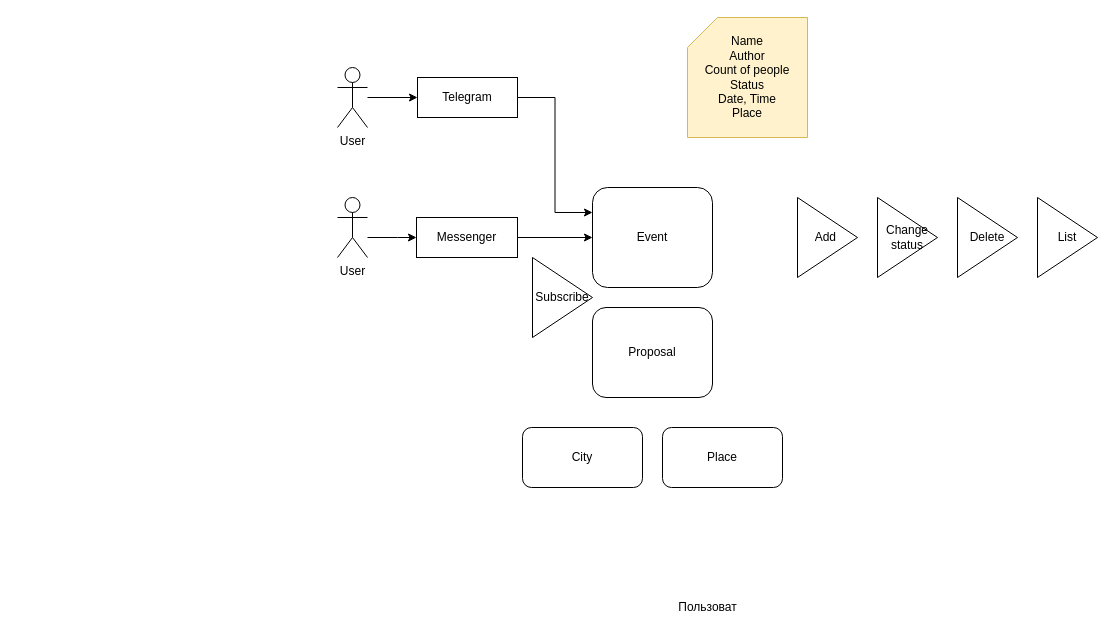
The draw.io diagram Untitled Diagram.drawio in sergo-yak/razom-bot, before the edit. Source tidied: cells renumbered, new cells numbered last; positions are measured from the earlier drawing's top-left corner, leaving out a move shared by most shapes. Both pictures are drawn from the tidied source at 100%, with x=0, y=0 at pixel (337, 17).
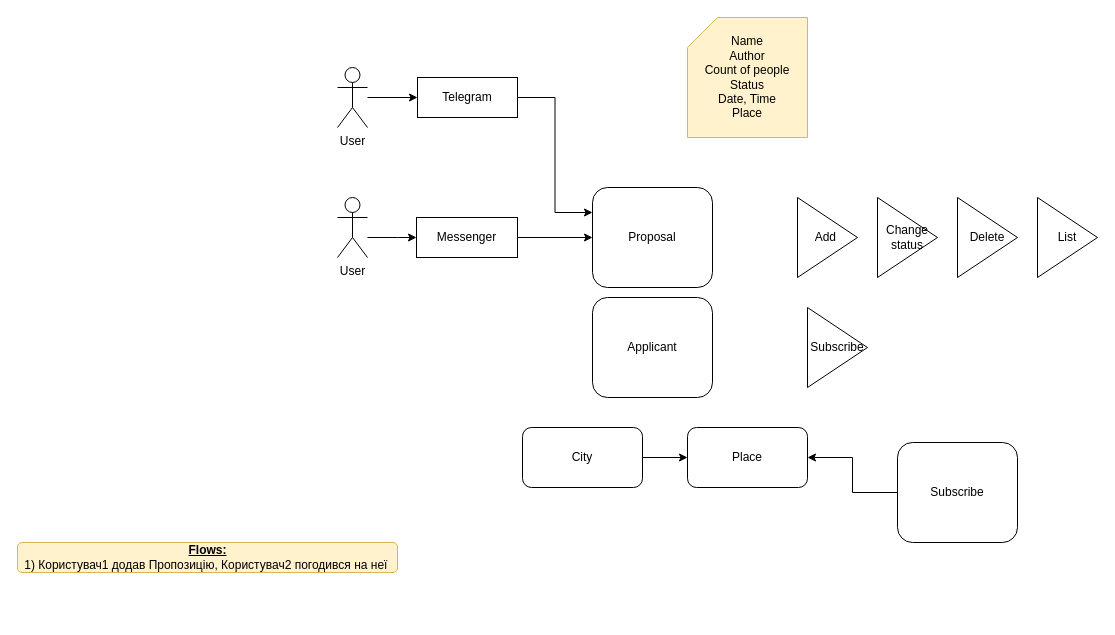
Above is the later version.

The change refers to these unchanged cells:
```xml
<mxCell id="18" value="City" style="rounded=1;whiteSpace=wrap;html=1;" parent="1" vertex="1">
  <mxGeometry x="185" y="410" width="120" height="60" as="geometry" />
</mxCell>
```

What changed in the source:
```diff
@@
-    <mxCell id="2" value="Event" style="rounded=1;whiteSpace=wrap;html=1;" parent="1" vertex="1">
+    <mxCell id="2" value="Proposal" style="rounded=1;whiteSpace=wrap;html=1;" parent="1" vertex="1">
       <mxGeometry x="255" y="170" width="120" height="100" as="geometry" />
     </mxCell>
@@
-    <mxCell id="7" value="Proposal" style="rounded=1;whiteSpace=wrap;html=1;" parent="1" vertex="1">
-      <mxGeometry x="255" y="290" width="120" height="90" as="geometry" />
-    </mxCell>
@@
     <mxCell id="12" value="Subscribe" style="triangle;whiteSpace=wrap;html=1;" parent="1" vertex="1">
-      <mxGeometry x="195" y="240" width="60" height="80" as="geometry" />
+      <mxGeometry x="470" y="290" width="60" height="80" as="geometry" />
     </mxCell>
@@
+    <mxCell id="21" style="edgeStyle=orthogonalEdgeStyle;rounded=0;jettySize=auto;html=1;" parent="1" edge="1" source="18" target="19">
+      <mxGeometry relative="1" as="geometry" />
+    </mxCell>
@@
     <mxCell id="19" value="Place" style="rounded=1;whiteSpace=wrap;html=1;" parent="1" vertex="1">
-      <mxGeometry x="325" y="410" width="120" height="60" as="geometry" />
+      <mxGeometry x="350" y="410" width="120" height="60" as="geometry" />
     </mxCell>
-    <mxCell id="20" value="Пользоват" style="text;html=1;align=center;verticalAlign=middle;fillColor=none;strokeColor=none;rounded=0;" parent="1" vertex="1">
-      <mxGeometry x="335" y="580" width="70" height="20" as="geometry" />
+    <mxCell id="20" value="&lt;b&gt;&lt;u&gt;Flows:&lt;/u&gt;&lt;/b&gt;&lt;br&gt;1) Користувач1 додав Пропозицію, Користувач2 погодився на неї&amp;nbsp;" style="text;html=1;align=center;verticalAlign=middle;fillColor=#fff2cc;strokeColor=#d6b656;rounded=1;sketch=0;glass=0;" parent="1" vertex="1">
+      <mxGeometry x="-320" y="525" width="380" height="30" as="geometry" />
     </mxCell>
+    <mxCell id="22" style="edgeStyle=orthogonalEdgeStyle;rounded=0;jettySize=auto;html=1;entryX=1;entryY=0.5;entryDx=0;entryDy=0;" parent="1" edge="1" source="23" target="19">
+      <mxGeometry relative="1" as="geometry" />
+    </mxCell>
+    <mxCell id="23" value="Subscribe" style="rounded=1;whiteSpace=wrap;html=1;" parent="1" vertex="1">
+      <mxGeometry x="560" y="425" width="120" height="100" as="geometry" />
+    </mxCell>
+    <mxCell id="24" value="Applicant" style="rounded=1;whiteSpace=wrap;html=1;" parent="1" vertex="1">
+      <mxGeometry x="255" y="280" width="120" height="100" as="geometry" />
+    </mxCell>
```
